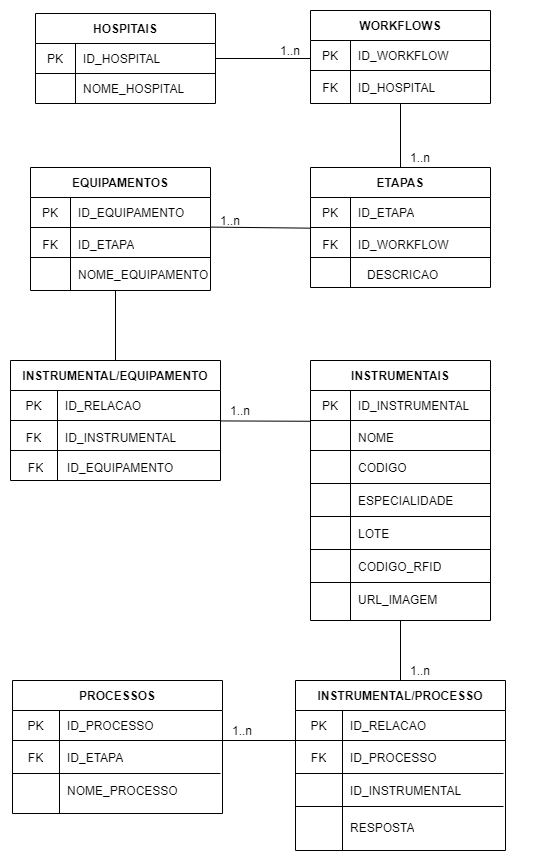
Earlier version of the draw.io export docs/diagramas/tabelas_modeladas.png (Strattner-DEV/RFID). Source tidied: cells renumbered, new cells last; positions are measured from the earlier drawing's top-left corner, leaving out a move shared by most shapes.
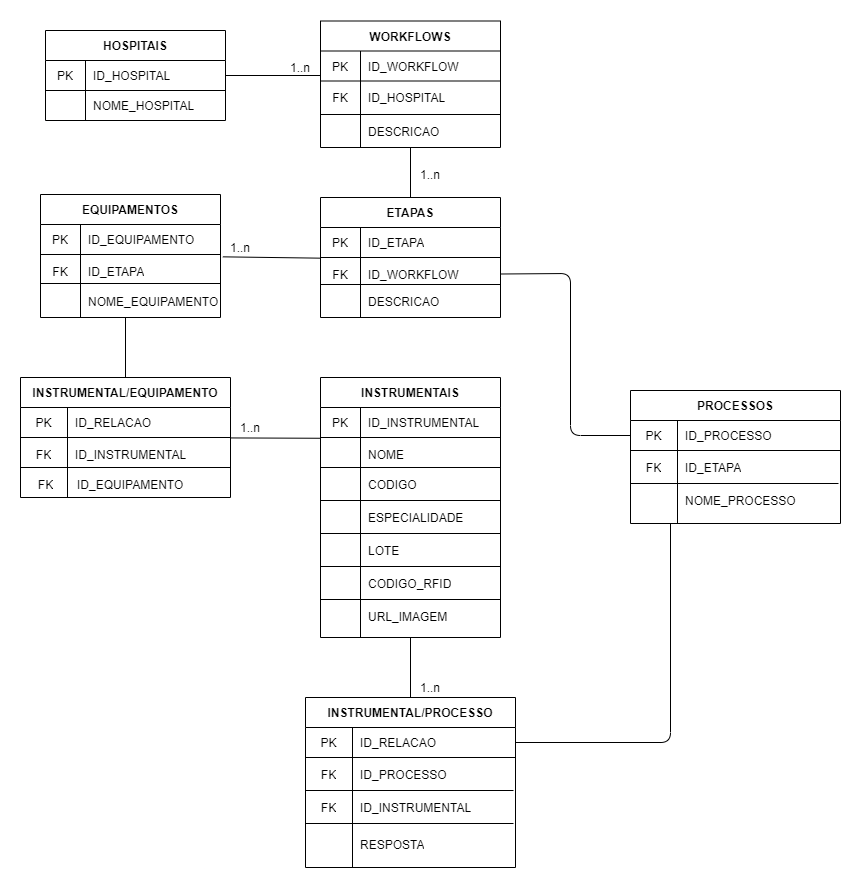
After the commit.

Commit message:
Tabelas atualizadas #9

What changed in the source:
```diff
@@ -24,7 +24,7 @@
       <mxGeometry x="40" width="140" height="30" as="geometry" />
     </mxCell>
     <mxCell id="9" value="WORKFLOWS" style="shape=table;startSize=30;rowLines=0;fontStyle=1;align=center;" parent="1" vertex="1">
-      <mxGeometry x="300" width="180" height="93" as="geometry" />
+      <mxGeometry x="300" y="-6.5" width="180" height="126.5" as="geometry" />
     </mxCell>
     <mxCell id="10" style="shape=partialRectangle;html=1;whiteSpace=wrap;fillColor=none;top=0;left=0;bottom=1;right=0;" parent="9" vertex="1">
       <mxGeometry y="30" width="180" height="30" as="geometry" />
@@ -45,7 +45,7 @@
       <mxGeometry x="40" width="140" height="33" as="geometry" />
     </mxCell>
     <mxCell id="16" value="ETAPAS" style="shape=table;startSize=30;rowLines=0;fontStyle=1;align=center;" parent="1" vertex="1">
-      <mxGeometry x="300" y="157" width="180" height="120" as="geometry" />
+      <mxGeometry x="300" y="170" width="180" height="120" as="geometry" />
     </mxCell>
     <mxCell id="17" style="shape=partialRectangle;html=1;whiteSpace=wrap;fillColor=none;top=0;left=0;bottom=1;right=0;" parent="16" vertex="1">
       <mxGeometry y="30" width="180" height="30" as="geometry" />
@@ -67,12 +67,12 @@
     </mxCell>
     <mxCell id="23" style="endArrow=none;html=1;" parent="1" edge="1">
       <mxGeometry relative="1" as="geometry">
-        <mxPoint x="300" y="247" as="sourcePoint" />
-        <mxPoint x="480" y="247" as="targetPoint" />
+        <mxPoint x="300" y="257" as="sourcePoint" />
+        <mxPoint x="480" y="257" as="targetPoint" />
       </mxGeometry>
     </mxCell>
     <mxCell id="24" value="DESCRICAO" style="shape=partialRectangle;html=1;whiteSpace=wrap;fillColor=none;top=0;left=0;bottom=0;right=0;align=left;spacingLeft=6;overflow=hidden;" parent="1" vertex="1">
-      <mxGeometry x="349" y="247" width="171" height="33" as="geometry" />
+      <mxGeometry x="340" y="257" width="171" height="33" as="geometry" />
     </mxCell>
     <mxCell id="25" style="endArrow=none;html=1;exitX=1;exitY=0.5;exitDx=0;exitDy=0;" parent="1" edge="1" source="2">
       <mxGeometry relative="1" as="geometry">
@@ -89,7 +89,7 @@
       <mxGeometry x="390" y="137" width="40" height="20" as="geometry" />
     </mxCell>
     <mxCell id="29" value="EQUIPAMENTOS" style="shape=table;startSize=30;rowLines=0;fontStyle=1;align=center;" parent="1" vertex="1">
-      <mxGeometry x="20" y="157" width="180" height="123" as="geometry" />
+      <mxGeometry x="20" y="167" width="180" height="123" as="geometry" />
     </mxCell>
     <mxCell id="30" style="shape=partialRectangle;html=1;whiteSpace=wrap;fillColor=none;top=0;left=0;bottom=1;right=0;" parent="29" vertex="1">
       <mxGeometry y="30" width="180" height="30" as="geometry" />
@@ -111,20 +111,18 @@
     </mxCell>
     <mxCell id="36" style="endArrow=none;html=1;" parent="1" edge="1">
       <mxGeometry relative="1" as="geometry">
-        <mxPoint x="20" y="247" as="sourcePoint" />
-        <mxPoint x="200" y="247" as="targetPoint" />
+        <mxPoint x="20" y="256" as="sourcePoint" />
+        <mxPoint x="200" y="256" as="targetPoint" />
       </mxGeometry>
     </mxCell>
     <mxCell id="37" value="NOME_EQUIPAMENTO" style="shape=partialRectangle;html=1;whiteSpace=wrap;fillColor=none;top=0;left=0;bottom=0;right=0;align=left;spacingLeft=6;overflow=hidden;" parent="1" vertex="1">
-      <mxGeometry x="60" y="247" width="171" height="33" as="geometry" />
+      <mxGeometry x="60" y="257" width="171" height="33" as="geometry" />
     </mxCell>
-    <mxCell id="38" style="endArrow=none;html=1;exitX=1;exitY=0.5;exitDx=0;exitDy=0;entryX=-0.001;entryY=0.02;entryDx=0;entryDy=0;entryPerimeter=0;" parent="1" edge="1" target="20">
-      <mxGeometry relative="1" as="geometry">
-        <mxPoint x="200" y="216.6" as="sourcePoint" />
-      </mxGeometry>
+    <mxCell id="38" style="endArrow=none;html=1;exitX=1.013;exitY=0.071;exitDx=0;exitDy=0;entryX=-0.001;entryY=0.02;entryDx=0;entryDy=0;entryPerimeter=0;exitPerimeter=0;" parent="1" edge="1" source="33" target="20">
+      <mxGeometry relative="1" as="geometry" />
     </mxCell>
     <mxCell id="39" value="1..n" style="text;html=1;strokeColor=none;fillColor=none;align=center;verticalAlign=middle;whiteSpace=wrap;rounded=0;" parent="1" vertex="1">
-      <mxGeometry x="200" y="200" width="40" height="20" as="geometry" />
+      <mxGeometry x="200" y="210" width="40" height="20" as="geometry" />
     </mxCell>
     <mxCell id="40" value="INSTRUMENTAIS" style="shape=table;startSize=30;rowLines=0;fontStyle=1;align=center;" parent="1" vertex="1">
       <mxGeometry x="300" y="350" width="180" height="260" as="geometry" />
@@ -230,11 +228,11 @@
     </mxCell>
     <mxCell id="68" style="endArrow=none;html=1;exitX=0.5;exitY=0;exitDx=0;exitDy=0;" parent="1" edge="1" source="55">
       <mxGeometry relative="1" as="geometry">
-        <mxPoint x="105" y="280" as="targetPoint" />
+        <mxPoint x="105" y="290" as="targetPoint" />
       </mxGeometry>
     </mxCell>
     <mxCell id="69" value="PROCESSOS" style="shape=table;startSize=30;rowLines=0;fontStyle=1;align=center;" parent="1" vertex="1">
-      <mxGeometry x="2" y="670" width="210" height="133" as="geometry" />
+      <mxGeometry x="610" y="363" width="210" height="133" as="geometry" />
     </mxCell>
     <mxCell id="70" style="shape=partialRectangle;html=1;whiteSpace=wrap;fillColor=none;top=0;left=0;bottom=1;right=0;points=[[0,0.5],[1,0.5]];portConstraint=eastwest;" parent="69" vertex="1">
       <mxGeometry y="30" width="210" height="30" as="geometry" />
@@ -256,12 +254,12 @@
     </mxCell>
     <mxCell id="76" style="endArrow=none;html=1;" parent="1" edge="1">
       <mxGeometry relative="1" as="geometry">
-        <mxPoint x="2" y="763" as="sourcePoint" />
-        <mxPoint x="210" y="763" as="targetPoint" />
+        <mxPoint x="610" y="456" as="sourcePoint" />
+        <mxPoint x="818" y="456" as="targetPoint" />
       </mxGeometry>
     </mxCell>
     <mxCell id="77" value="NOME_PROCESSO" style="shape=partialRectangle;html=1;whiteSpace=wrap;fillColor=none;top=0;left=0;bottom=0;right=0;align=left;spacingLeft=6;overflow=hidden;" parent="1" vertex="1">
-      <mxGeometry x="49" y="763" width="163" height="33" as="geometry" />
+      <mxGeometry x="657" y="456" width="163" height="33" as="geometry" />
     </mxCell>
     <mxCell id="78" value="INSTRUMENTAL/PROCESSO" style="shape=table;startSize=30;rowLines=0;fontStyle=1;align=center;" parent="1" vertex="1">
       <mxGeometry x="285" y="670" width="210" height="170" as="geometry" />
@@ -308,19 +306,39 @@
         <mxPoint x="390" y="610" as="targetPoint" />
       </mxGeometry>
     </mxCell>
-    <mxCell id="90" style="endArrow=none;html=1;exitX=0.999;exitY=0.013;exitDx=0;exitDy=0;exitPerimeter=0;entryX=0.024;entryY=0;entryDx=0;entryDy=0;entryPerimeter=0;" parent="1" edge="1" target="82">
+    <mxCell id="90" style="endArrow=none;html=1;entryX=1;entryY=0.5;entryDx=0;entryDy=0;" parent="1" edge="1" target="79">
       <mxGeometry relative="1" as="geometry">
-        <mxPoint x="209.4" y="730" as="sourcePoint" />
+        <mxPoint x="650" y="496" as="sourcePoint" />
+        <Array as="points">
+          <mxPoint x="650" y="715" />
+        </Array>
       </mxGeometry>
     </mxCell>
     <mxCell id="91" value="1..n" style="text;html=1;strokeColor=none;fillColor=none;align=center;verticalAlign=middle;whiteSpace=wrap;rounded=0;" parent="1" vertex="1">
       <mxGeometry x="210" y="390" width="40" height="20" as="geometry" />
     </mxCell>
-    <mxCell id="92" value="1..n" style="text;html=1;strokeColor=none;fillColor=none;align=center;verticalAlign=middle;whiteSpace=wrap;rounded=0;" parent="1" vertex="1">
-      <mxGeometry x="212" y="710" width="40" height="20" as="geometry" />
-    </mxCell>
     <mxCell id="93" value="1..n" style="text;html=1;strokeColor=none;fillColor=none;align=center;verticalAlign=middle;whiteSpace=wrap;rounded=0;" parent="1" vertex="1">
       <mxGeometry x="390" y="650" width="40" height="20" as="geometry" />
     </mxCell>
+    <mxCell id="94" value="DESCRICAO" style="shape=partialRectangle;html=1;whiteSpace=wrap;fillColor=none;top=0;left=0;bottom=0;right=0;align=left;spacingLeft=6;overflow=hidden;" parent="1" vertex="1">
+      <mxGeometry x="340" y="87" width="140" height="33" as="geometry" />
+    </mxCell>
+    <mxCell id="95" style="endArrow=none;html=1;" parent="1" edge="1">
+      <mxGeometry relative="1" as="geometry">
+        <mxPoint x="300" y="87" as="sourcePoint" />
+        <mxPoint x="480" y="87" as="targetPoint" />
+      </mxGeometry>
+    </mxCell>
+    <mxCell id="96" value="FK" style="shape=partialRectangle;html=1;whiteSpace=wrap;fillColor=none;top=0;left=0;bottom=0;right=0;overflow=hidden;" parent="1" vertex="1">
+      <mxGeometry x="285" y="763" width="47" height="33" as="geometry" />
+    </mxCell>
+    <mxCell id="97" style="endArrow=none;html=1;exitX=1;exitY=0.5;exitDx=0;exitDy=0;entryX=0;entryY=0.5;entryDx=0;entryDy=0;" parent="1" edge="1" source="20" target="70">
+      <mxGeometry relative="1" as="geometry">
+        <Array as="points">
+          <mxPoint x="550" y="246" />
+          <mxPoint x="550" y="408" />
+        </Array>
+      </mxGeometry>
+    </mxCell>
   </root>
 </mxGraphModel>
```
